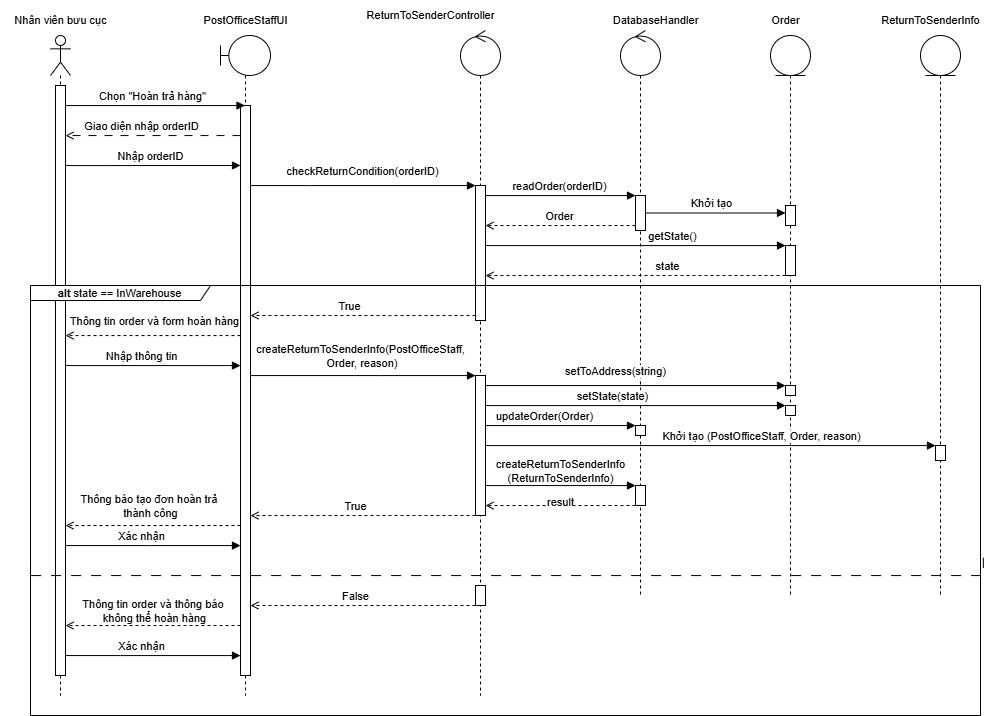
Above: Sequence Diagram/SD Tạo yêu cầu hoàn hàng.png in IT3120-Phan-tich-va-thi-t-k-h-th-ng/BTL (draw.io), before the change. Source tidied: cells renumbered, new cells last; positions are measured from the earlier drawing's top-left corner, leaving out a move shared by most shapes.
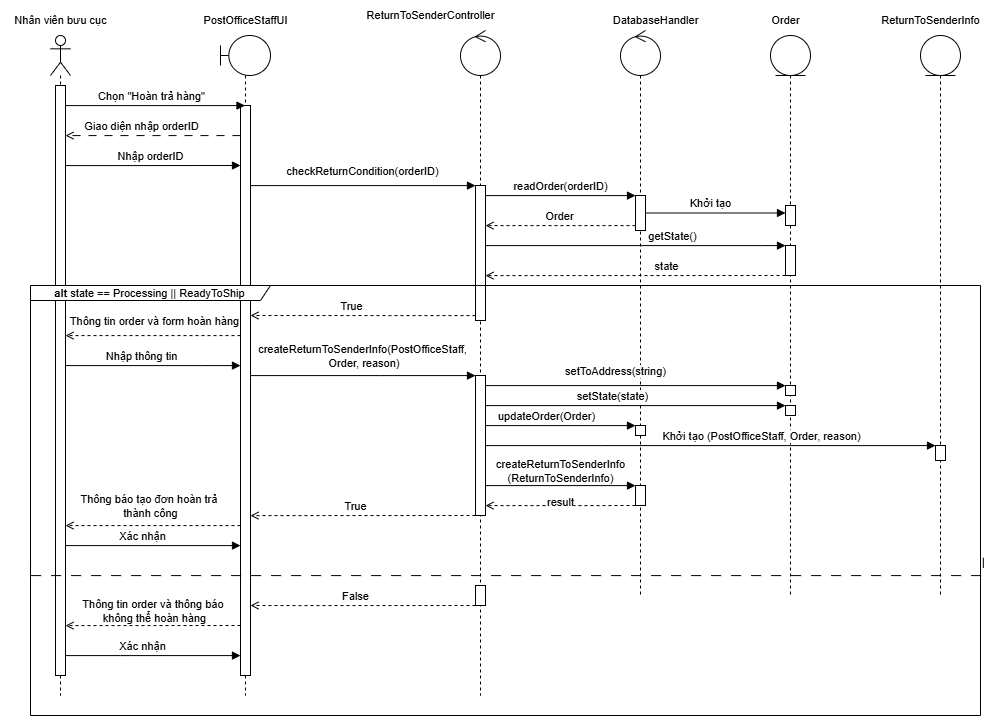
The same diagram one commit later.

Change to the diagram source:
```diff
@@ -213,7 +213,7 @@
         <mxPoint x="20" y="-17" as="offset" />
       </mxGeometry>
     </mxCell>
-    <mxCell id="46" value="&lt;b&gt;alt&lt;/b&gt; state == InWarehouse" style="shape=umlFrame;whiteSpace=wrap;html=1;fontFamily=Helvetica;fontSize=11;fontColor=default;labelBackgroundColor=default;width=180;height=15;" parent="1" vertex="1">
+    <mxCell id="46" value="&lt;b&gt;alt&lt;/b&gt; state == Processing || ReadyToShip" style="shape=umlFrame;whiteSpace=wrap;html=1;fontFamily=Helvetica;fontSize=11;fontColor=default;labelBackgroundColor=default;width=240;height=15;" parent="1" vertex="1">
       <mxGeometry x="30" y="285" width="950" height="430" as="geometry" />
     </mxCell>
     <mxCell id="47" style="endArrow=none;startArrow=none;endFill=0;startFill=0;endSize=8;html=1;verticalAlign=bottom;dashed=1;labelBackgroundColor=none;dashPattern=10 10;rounded=0;strokeColor=default;align=center;fontFamily=Helvetica;fontSize=11;fontColor=default;edgeStyle=orthogonalEdgeStyle;curved=0;exitX=0;exitY=0.703;exitDx=0;exitDy=0;exitPerimeter=0;entryX=1.003;entryY=0.701;entryDx=0;entryDy=0;entryPerimeter=0;" parent="1" edge="1">
```
